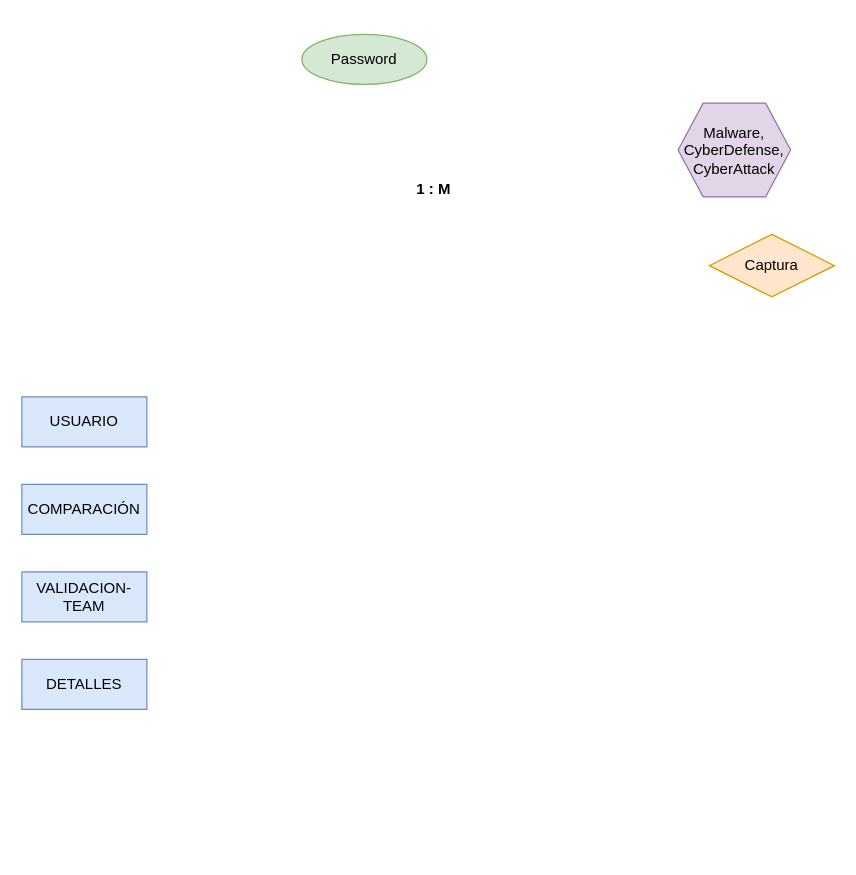
The draw.io diagram ERD_CoreSystem.drawio in AngelDavidStudios/Diagramas_BdD_1, before the edit. Source tidied: cells renumbered, new cells numbered last; positions are measured from the earlier drawing's top-left corner, leaving out a move shared by most shapes. Both pictures are drawn from the tidied source at 125%, with x=0, y=0 at pixel (21, 34).
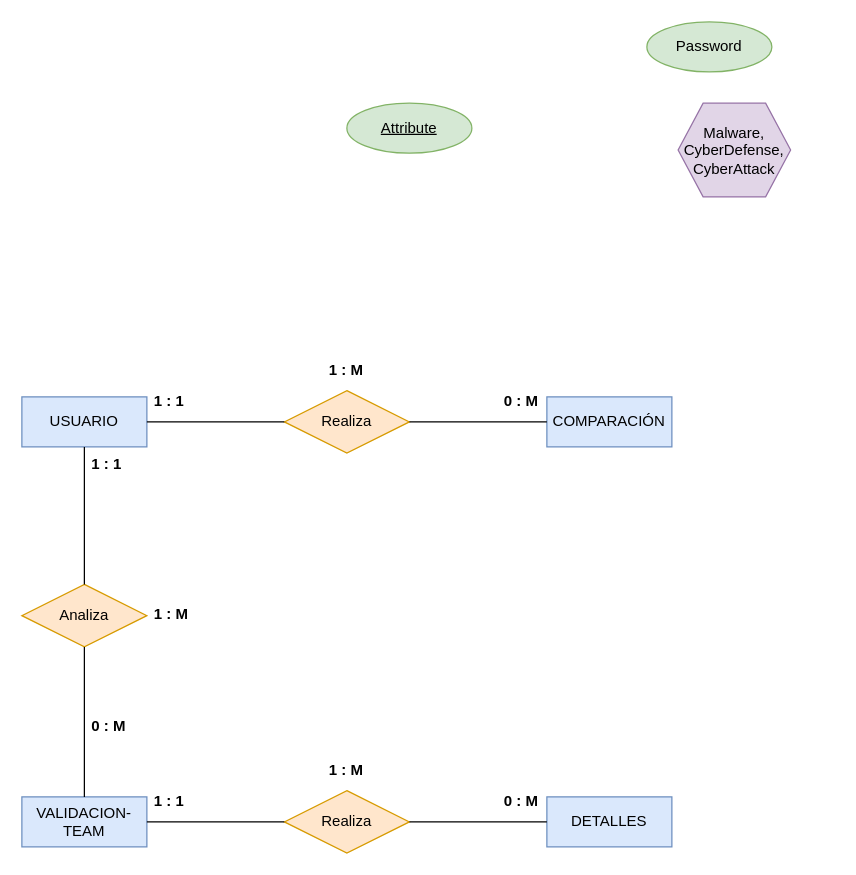
Above is the later version.

Unchanged cells that the change refers to:
```xml
<mxCell id="2" value="USUARIO" style="whiteSpace=wrap;html=1;align=center;fillColor=#dae8fc;strokeColor=#6c8ebf;" parent="1" vertex="1">
  <mxGeometry y="290" width="100" height="40" as="geometry" />
</mxCell>
```

Diff of the diagram source:
```diff
@@
-    <mxCell id="3" value="Captura" style="shape=rhombus;perimeter=rhombusPerimeter;whiteSpace=wrap;html=1;align=center;fillColor=#ffe6cc;strokeColor=#d79b00;" parent="1" vertex="1">
-      <mxGeometry x="550" y="160" width="100" height="50" as="geometry" />
-    </mxCell>
@@
     <mxCell id="5" value="COMPARACIÓN" style="whiteSpace=wrap;html=1;align=center;fillColor=#dae8fc;strokeColor=#6c8ebf;" parent="1" vertex="1">
-      <mxGeometry y="360" width="100" height="40" as="geometry" />
+      <mxGeometry x="420" y="290" width="100" height="40" as="geometry" />
     </mxCell>
     <mxCell id="6" value="1 : M" style="text;strokeColor=none;fillColor=none;spacingLeft=4;spacingRight=4;overflow=hidden;fontSize=12;whiteSpace=wrap;html=1;fontStyle=1;" parent="1" vertex="1">
-      <mxGeometry x="310" y="110" width="40" height="30" as="geometry" />
+      <mxGeometry x="240" y="255" width="40" height="30" as="geometry" />
     </mxCell>
     <mxCell id="7" value="Password" style="ellipse;whiteSpace=wrap;html=1;align=center;fillColor=#d5e8d4;strokeColor=#82b366;" parent="1" vertex="1">
-      <mxGeometry x="224" width="100" height="40" as="geometry" />
+      <mxGeometry x="500" y="-10" width="100" height="40" as="geometry" />
     </mxCell>
     <mxCell id="8" value="VALIDACION-TEAM" style="whiteSpace=wrap;html=1;align=center;fillColor=#dae8fc;strokeColor=#6c8ebf;" parent="1" vertex="1">
-      <mxGeometry y="430" width="100" height="40" as="geometry" />
+      <mxGeometry y="610" width="100" height="40" as="geometry" />
     </mxCell>
     <mxCell id="9" value="DETALLES" style="whiteSpace=wrap;html=1;align=center;fillColor=#dae8fc;strokeColor=#6c8ebf;" parent="1" vertex="1">
-      <mxGeometry y="500" width="100" height="40" as="geometry" />
+      <mxGeometry x="420" y="610" width="100" height="40" as="geometry" />
     </mxCell>
+    <mxCell id="10" value="Realiza" style="shape=rhombus;perimeter=rhombusPerimeter;whiteSpace=wrap;html=1;align=center;fillColor=#ffe6cc;strokeColor=#d79b00;" parent="1" vertex="1">
+      <mxGeometry x="210" y="285" width="100" height="50" as="geometry" />
+    </mxCell>
+    <mxCell id="11" value="Analiza" style="shape=rhombus;perimeter=rhombusPerimeter;whiteSpace=wrap;html=1;align=center;fillColor=#ffe6cc;strokeColor=#d79b00;" parent="1" vertex="1">
+      <mxGeometry y="440" width="100" height="50" as="geometry" />
+    </mxCell>
+    <mxCell id="12" value="Realiza" style="shape=rhombus;perimeter=rhombusPerimeter;whiteSpace=wrap;html=1;align=center;fillColor=#ffe6cc;strokeColor=#d79b00;" parent="1" vertex="1">
+      <mxGeometry x="210" y="605" width="100" height="50" as="geometry" />
+    </mxCell>
+    <mxCell id="13" style="endArrow=none;html=1;rounded=0;" parent="1" edge="1" source="2" target="10">
+      <mxGeometry relative="1" as="geometry" />
+    </mxCell>
+    <mxCell id="14" style="endArrow=none;html=1;rounded=0;" parent="1" edge="1" source="10" target="5">
+      <mxGeometry relative="1" as="geometry" />
+    </mxCell>
+    <mxCell id="15" style="endArrow=none;html=1;rounded=0;" parent="1" edge="1" source="2" target="11">
+      <mxGeometry relative="1" as="geometry" />
+    </mxCell>
+    <mxCell id="16" style="endArrow=none;html=1;rounded=0;" parent="1" edge="1" source="11" target="8">
+      <mxGeometry relative="1" as="geometry" />
+    </mxCell>
+    <mxCell id="17" value="1 : M" style="text;strokeColor=none;fillColor=none;spacingLeft=4;spacingRight=4;overflow=hidden;fontSize=12;whiteSpace=wrap;html=1;fontStyle=1;" parent="1" vertex="1">
+      <mxGeometry x="100" y="450" width="40" height="30" as="geometry" />
+    </mxCell>
+    <mxCell id="18" value="1 : M" style="text;strokeColor=none;fillColor=none;spacingLeft=4;spacingRight=4;overflow=hidden;fontSize=12;whiteSpace=wrap;html=1;fontStyle=1;" parent="1" vertex="1">
+      <mxGeometry x="240" y="575" width="40" height="30" as="geometry" />
+    </mxCell>
+    <mxCell id="19" value="1 : 1" style="text;strokeColor=none;fillColor=none;spacingLeft=4;spacingRight=4;overflow=hidden;fontSize=12;whiteSpace=wrap;html=1;fontStyle=1;" parent="1" vertex="1">
+      <mxGeometry x="100" y="280" width="40" height="30" as="geometry" />
+    </mxCell>
+    <mxCell id="20" value="0 : M" style="text;strokeColor=none;fillColor=none;spacingLeft=4;spacingRight=4;overflow=hidden;fontSize=12;whiteSpace=wrap;html=1;fontStyle=1;" parent="1" vertex="1">
+      <mxGeometry x="380" y="280" width="40" height="30" as="geometry" />
+    </mxCell>
+    <mxCell id="21" value="1 : 1" style="text;strokeColor=none;fillColor=none;spacingLeft=4;spacingRight=4;overflow=hidden;fontSize=12;whiteSpace=wrap;html=1;fontStyle=1;" parent="1" vertex="1">
+      <mxGeometry x="50" y="330" width="40" height="30" as="geometry" />
+    </mxCell>
+    <mxCell id="22" value="0 : M" style="text;strokeColor=none;fillColor=none;spacingLeft=4;spacingRight=4;overflow=hidden;fontSize=12;whiteSpace=wrap;html=1;fontStyle=1;" parent="1" vertex="1">
+      <mxGeometry x="50" y="540" width="40" height="30" as="geometry" />
+    </mxCell>
+    <mxCell id="23" value="1 : 1" style="text;strokeColor=none;fillColor=none;spacingLeft=4;spacingRight=4;overflow=hidden;fontSize=12;whiteSpace=wrap;html=1;fontStyle=1;" parent="1" vertex="1">
+      <mxGeometry x="100" y="600" width="40" height="30" as="geometry" />
+    </mxCell>
+    <mxCell id="24" style="endArrow=none;html=1;rounded=0;" parent="1" edge="1" source="8" target="12">
+      <mxGeometry relative="1" as="geometry" />
+    </mxCell>
+    <mxCell id="25" style="endArrow=none;html=1;rounded=0;" parent="1" edge="1" source="12" target="9">
+      <mxGeometry relative="1" as="geometry" />
+    </mxCell>
+    <mxCell id="26" value="0 : M" style="text;strokeColor=none;fillColor=none;spacingLeft=4;spacingRight=4;overflow=hidden;fontSize=12;whiteSpace=wrap;html=1;fontStyle=1;" parent="1" vertex="1">
+      <mxGeometry x="380" y="600" width="40" height="30" as="geometry" />
+    </mxCell>
+    <mxCell id="27" value="Attribute" style="ellipse;whiteSpace=wrap;html=1;align=center;fontStyle=4;fillColor=#d5e8d4;strokeColor=#82b366;" parent="1" vertex="1">
+      <mxGeometry x="260" y="55" width="100" height="40" as="geometry" />
+    </mxCell>
```
